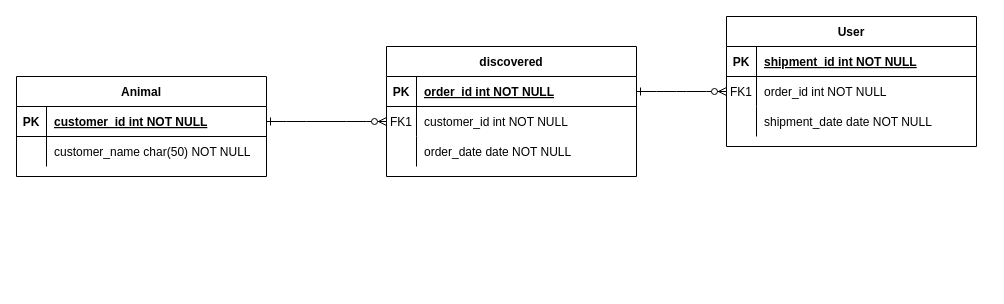
Above: modeling/tierdexERM.drawio in JJJS777/moco2022SammoudSchurawlevSchiller (draw.io), before the change. Source tidied: cells renumbered, new cells numbered last; positions are measured from the earlier drawing's top-left corner, leaving out a move shared by most shapes. Both pictures are drawn from the tidied source at 100%, with x=0, y=0 at pixel (16, 16).
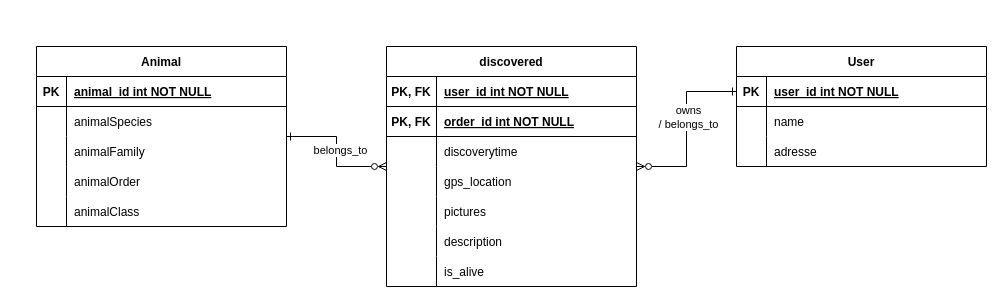
The same diagram, later.

The change refers to these unchanged cells:
```xml
<mxCell id="5" style="shape=partialRectangle;fillColor=none;points=[[0,0.5],[1,0.5]];portConstraint=eastwest;top=0;left=0;right=0;bottom=1;" parent="4" vertex="1">
  <mxGeometry y="30" width="250" height="30" as="geometry" />
</mxCell>
<mxCell id="15" style="shape=partialRectangle;fillColor=none;points=[[0,0.5],[1,0.5]];portConstraint=eastwest;top=0;left=0;right=0;bottom=1;" parent="14" vertex="1">
  <mxGeometry y="30" width="250" height="30" as="geometry" />
</mxCell>
<mxCell id="18" style="shape=partialRectangle;fillColor=none;points=[[0,0.5],[1,0.5]];portConstraint=eastwest;top=0;left=0;right=0;bottom=0;" parent="14" vertex="1">
  <mxGeometry y="60" width="250" height="30" as="geometry" />
</mxCell>
<mxCell id="21" style="shape=partialRectangle;fillColor=none;top=0;left=0;right=0;bottom=0;" parent="14" vertex="1">
  <mxGeometry y="90" width="250" height="30" as="geometry" />
</mxCell>
<mxCell id="25" style="shape=partialRectangle;fillColor=none;points=[[0,0.5],[1,0.5]];portConstraint=eastwest;top=0;left=0;right=0;bottom=1;" parent="24" vertex="1">
  <mxGeometry y="30" width="250" height="30" as="geometry" />
</mxCell>
<mxCell id="28" style="shape=partialRectangle;fillColor=none;top=0;left=0;right=0;bottom=0;" parent="24" vertex="1">
  <mxGeometry y="60" width="250" height="30" as="geometry" />
</mxCell>
```

Diff of the diagram source:
```diff
@@
-    <mxCell id="2" style="edgeStyle=entityRelationEdgeStyle;endArrow=ERzeroToMany;startArrow=ERone;endFill=1;startFill=0;" parent="1" edge="1" source="25" target="8">
-      <mxGeometry relative="1" as="geometry" />
-    </mxCell>
-    <mxCell id="3" style="edgeStyle=entityRelationEdgeStyle;endArrow=ERzeroToMany;startArrow=ERone;endFill=1;startFill=0;" parent="1" edge="1" source="5" target="18">
-      <mxGeometry relative="1" as="geometry" />
-    </mxCell>
     <mxCell id="4" value="discovered" style="shape=table;startSize=30;childLayout=tableLayout;rowLines=0;fontStyle=1;align=center;" parent="1" vertex="1">
-      <mxGeometry x="370" y="30" width="250" height="130" as="geometry" />
+      <mxGeometry x="370" y="30" width="250" height="240" as="geometry" />
     </mxCell>
@@
-    <mxCell id="6" value="PK" style="shape=partialRectangle;overflow=hidden;fillColor=none;top=0;left=0;bottom=0;right=0;fontStyle=1;" parent="5" vertex="1">
-      <mxGeometry width="30" height="30" as="geometry" />
+    <mxCell id="6" value="PK, FK" style="shape=partialRectangle;overflow=hidden;fillColor=none;top=0;left=0;bottom=0;right=0;fontStyle=1;" parent="5" vertex="1">
+      <mxGeometry width="50" height="30" as="geometry" />
     </mxCell>
-    <mxCell id="7" value="order_id int NOT NULL " style="shape=partialRectangle;overflow=hidden;fillColor=none;top=0;left=0;bottom=0;right=0;align=left;spacingLeft=6;fontStyle=5;" parent="5" vertex="1">
-      <mxGeometry x="30" width="220" height="30" as="geometry" />
+    <mxCell id="7" value="user_id int NOT NULL " style="shape=partialRectangle;overflow=hidden;fillColor=none;top=0;left=0;bottom=0;right=0;align=left;spacingLeft=6;fontStyle=5;" parent="5" vertex="1">
+      <mxGeometry x="50" width="200" height="30" as="geometry" />
     </mxCell>
+    <mxCell id="31" style="shape=partialRectangle;fillColor=none;top=0;left=0;right=0;bottom=1;" parent="4" vertex="1">
+      <mxGeometry y="60" width="250" height="30" as="geometry" />
+    </mxCell>
+    <mxCell id="32" value="PK, FK" style="shape=partialRectangle;overflow=hidden;fillColor=none;top=0;left=0;bottom=0;right=0;fontStyle=1;" parent="31" vertex="1">
+      <mxGeometry width="50" height="30" as="geometry" />
+    </mxCell>
+    <mxCell id="33" value="order_id int NOT NULL " style="shape=partialRectangle;overflow=hidden;fillColor=none;top=0;left=0;bottom=0;right=0;align=left;spacingLeft=6;fontStyle=5;" parent="31" vertex="1">
+      <mxGeometry x="50" width="200" height="30" as="geometry" />
+    </mxCell>
     <mxCell id="8" style="shape=partialRectangle;fillColor=none;points=[[0,0.5],[1,0.5]];portConstraint=eastwest;top=0;left=0;right=0;bottom=0;" parent="4" vertex="1">
-      <mxGeometry y="60" width="250" height="30" as="geometry" />
+      <mxGeometry y="90" width="250" height="30" as="geometry" />
     </mxCell>
-    <mxCell id="9" value="FK1" style="shape=partialRectangle;overflow=hidden;fillColor=none;top=0;left=0;bottom=0;right=0;" parent="8" vertex="1">
-      <mxGeometry width="30" height="30" as="geometry" />
+    <mxCell id="9" style="shape=partialRectangle;overflow=hidden;fillColor=none;top=0;left=0;bottom=0;right=0;" parent="8" vertex="1">
+      <mxGeometry width="50" height="30" as="geometry" />
     </mxCell>
-    <mxCell id="10" value="customer_id int NOT NULL" style="shape=partialRectangle;overflow=hidden;fillColor=none;top=0;left=0;bottom=0;right=0;align=left;spacingLeft=6;" parent="8" vertex="1">
-      <mxGeometry x="30" width="220" height="30" as="geometry" />
+    <mxCell id="10" value="discoverytime" style="shape=partialRectangle;overflow=hidden;fillColor=none;top=0;left=0;bottom=0;right=0;align=left;spacingLeft=6;" parent="8" vertex="1">
+      <mxGeometry x="50" width="200" height="30" as="geometry" />
     </mxCell>
     <mxCell id="11" style="shape=partialRectangle;fillColor=none;top=0;left=0;right=0;bottom=0;" parent="4" vertex="1">
-      <mxGeometry y="90" width="250" height="30" as="geometry" />
+      <mxGeometry y="120" width="250" height="30" as="geometry" />
     </mxCell>
     <mxCell id="12" style="shape=partialRectangle;overflow=hidden;fillColor=none;top=0;left=0;bottom=0;right=0;" parent="11" vertex="1">
-      <mxGeometry width="30" height="30" as="geometry" />
+      <mxGeometry width="50" height="30" as="geometry" />
     </mxCell>
-    <mxCell id="13" value="order_date date NOT NULL" style="shape=partialRectangle;overflow=hidden;fillColor=none;top=0;left=0;bottom=0;right=0;align=left;spacingLeft=6;" parent="11" vertex="1">
-      <mxGeometry x="30" width="220" height="30" as="geometry" />
+    <mxCell id="13" value="gps_location" style="shape=partialRectangle;overflow=hidden;fillColor=none;top=0;left=0;bottom=0;right=0;align=left;spacingLeft=6;" parent="11" vertex="1">
+      <mxGeometry x="50" width="200" height="30" as="geometry" />
     </mxCell>
+    <mxCell id="34" style="shape=partialRectangle;fillColor=none;top=0;left=0;right=0;bottom=0;" parent="4" vertex="1">
+      <mxGeometry y="150" width="250" height="30" as="geometry" />
+    </mxCell>
+    <mxCell id="35" style="shape=partialRectangle;overflow=hidden;fillColor=none;top=0;left=0;bottom=0;right=0;" parent="34" vertex="1">
+      <mxGeometry width="50" height="30" as="geometry" />
+    </mxCell>
+    <mxCell id="36" value="pictures" style="shape=partialRectangle;overflow=hidden;fillColor=none;top=0;left=0;bottom=0;right=0;align=left;spacingLeft=6;" parent="34" vertex="1">
+      <mxGeometry x="50" width="200" height="30" as="geometry" />
+    </mxCell>
+    <mxCell id="37" style="shape=partialRectangle;fillColor=none;top=0;left=0;right=0;bottom=0;" parent="4" vertex="1">
+      <mxGeometry y="180" width="250" height="30" as="geometry" />
+    </mxCell>
+    <mxCell id="38" style="shape=partialRectangle;overflow=hidden;fillColor=none;top=0;left=0;bottom=0;right=0;" parent="37" vertex="1">
+      <mxGeometry width="50" height="30" as="geometry" />
+    </mxCell>
+    <mxCell id="39" value="description" style="shape=partialRectangle;overflow=hidden;fillColor=none;top=0;left=0;bottom=0;right=0;align=left;spacingLeft=6;" parent="37" vertex="1">
+      <mxGeometry x="50" width="200" height="30" as="geometry" />
+    </mxCell>
+    <mxCell id="40" style="shape=partialRectangle;fillColor=none;top=0;left=0;right=0;bottom=0;" parent="4" vertex="1">
+      <mxGeometry y="210" width="250" height="30" as="geometry" />
+    </mxCell>
+    <mxCell id="41" style="shape=partialRectangle;overflow=hidden;fillColor=none;top=0;left=0;bottom=0;right=0;" parent="40" vertex="1">
+      <mxGeometry width="50" height="30" as="geometry" />
+    </mxCell>
+    <mxCell id="42" value="is_alive" style="shape=partialRectangle;overflow=hidden;fillColor=none;top=0;left=0;bottom=0;right=0;align=left;spacingLeft=6;" parent="40" vertex="1">
+      <mxGeometry x="50" width="200" height="30" as="geometry" />
+    </mxCell>
     <mxCell id="14" value="User" style="shape=table;startSize=30;childLayout=tableLayout;rowLines=0;fontStyle=1;align=center;" parent="1" vertex="1">
-      <mxGeometry x="710" width="250" height="130" as="geometry" />
+      <mxGeometry x="720" y="30" width="250" height="120" as="geometry" />
     </mxCell>
@@
-    <mxCell id="17" value="shipment_id int NOT NULL " style="shape=partialRectangle;overflow=hidden;fillColor=none;top=0;left=0;bottom=0;right=0;align=left;spacingLeft=6;fontStyle=5;" parent="15" vertex="1">
+    <mxCell id="17" value="user_id int NOT NULL " style="shape=partialRectangle;overflow=hidden;fillColor=none;top=0;left=0;bottom=0;right=0;align=left;spacingLeft=6;fontStyle=5;" parent="15" vertex="1">
       <mxGeometry x="30" width="220" height="30" as="geometry" />
     </mxCell>
@@
-    <mxCell id="19" value="FK1" style="shape=partialRectangle;overflow=hidden;fillColor=none;top=0;left=0;bottom=0;right=0;" parent="18" vertex="1">
+    <mxCell id="19" style="shape=partialRectangle;overflow=hidden;fillColor=none;top=0;left=0;bottom=0;right=0;" parent="18" vertex="1">
       <mxGeometry width="30" height="30" as="geometry" />
     </mxCell>
-    <mxCell id="20" value="order_id int NOT NULL" style="shape=partialRectangle;overflow=hidden;fillColor=none;top=0;left=0;bottom=0;right=0;align=left;spacingLeft=6;" parent="18" vertex="1">
+    <mxCell id="20" value="name" style="shape=partialRectangle;overflow=hidden;fillColor=none;top=0;left=0;bottom=0;right=0;align=left;spacingLeft=6;" parent="18" vertex="1">
       <mxGeometry x="30" width="220" height="30" as="geometry" />
     </mxCell>
@@
-    <mxCell id="23" value="shipment_date date NOT NULL" style="shape=partialRectangle;overflow=hidden;fillColor=none;top=0;left=0;bottom=0;right=0;align=left;spacingLeft=6;" parent="21" vertex="1">
+    <mxCell id="23" value="adresse" style="shape=partialRectangle;overflow=hidden;fillColor=none;top=0;left=0;bottom=0;right=0;align=left;spacingLeft=6;" parent="21" vertex="1">
       <mxGeometry x="30" width="220" height="30" as="geometry" />
     </mxCell>
+    <mxCell id="43" style="edgeStyle=orthogonalEdgeStyle;rounded=0;jettySize=auto;html=1;startArrow=ERone;startFill=0;endArrow=ERzeroToMany;endFill=0;" parent="1" edge="1" source="24" target="4">
+      <mxGeometry relative="1" as="geometry" />
+    </mxCell>
+    <mxCell id="44" value="&lt;div&gt;belongs_to&lt;br&gt;&lt;/div&gt;" style="edgeLabel;html=1;align=center;verticalAlign=middle;" parent="43" vertex="1">
+      <mxGeometry x="-0.03" y="3" relative="1" as="geometry" />
+    </mxCell>
     <mxCell id="24" value="Animal" style="shape=table;startSize=30;childLayout=tableLayout;rowLines=0;fontStyle=1;align=center;" parent="1" vertex="1">
-      <mxGeometry y="60" width="250" height="100" as="geometry" />
+      <mxGeometry x="20" y="30" width="250" height="180" as="geometry" />
     </mxCell>
@@
-    <mxCell id="27" value="customer_id int NOT NULL " style="shape=partialRectangle;overflow=hidden;fillColor=none;top=0;left=0;bottom=0;right=0;align=left;spacingLeft=6;fontStyle=5;" parent="25" vertex="1">
+    <mxCell id="27" value="animal_id int NOT NULL " style="shape=partialRectangle;overflow=hidden;fillColor=none;top=0;left=0;bottom=0;right=0;align=left;spacingLeft=6;fontStyle=5;" parent="25" vertex="1">
       <mxGeometry x="30" width="220" height="30" as="geometry" />
     </mxCell>
@@
-    <mxCell id="30" value="customer_name char(50) NOT NULL" style="shape=partialRectangle;overflow=hidden;fillColor=none;top=0;left=0;bottom=0;right=0;align=left;spacingLeft=6;" parent="28" vertex="1">
+    <mxCell id="30" value="animalSpecies" style="shape=partialRectangle;overflow=hidden;fillColor=none;top=0;left=0;bottom=0;right=0;align=left;spacingLeft=6;" parent="28" vertex="1">
       <mxGeometry x="30" width="220" height="30" as="geometry" />
     </mxCell>
+    <mxCell id="45" style="shape=partialRectangle;fillColor=none;top=0;left=0;right=0;bottom=0;" parent="24" vertex="1">
+      <mxGeometry y="90" width="250" height="30" as="geometry" />
+    </mxCell>
+    <mxCell id="46" style="shape=partialRectangle;overflow=hidden;fillColor=none;top=0;left=0;bottom=0;right=0;" parent="45" vertex="1">
+      <mxGeometry width="30" height="30" as="geometry" />
+    </mxCell>
+    <mxCell id="47" value="animalFamily" style="shape=partialRectangle;overflow=hidden;fillColor=none;top=0;left=0;bottom=0;right=0;align=left;spacingLeft=6;" parent="45" vertex="1">
+      <mxGeometry x="30" width="220" height="30" as="geometry" />
+    </mxCell>
+    <mxCell id="48" style="shape=partialRectangle;fillColor=none;top=0;left=0;right=0;bottom=0;" parent="24" vertex="1">
+      <mxGeometry y="120" width="250" height="30" as="geometry" />
+    </mxCell>
+    <mxCell id="49" style="shape=partialRectangle;overflow=hidden;fillColor=none;top=0;left=0;bottom=0;right=0;" parent="48" vertex="1">
+      <mxGeometry width="30" height="30" as="geometry" />
+    </mxCell>
+    <mxCell id="50" value="animalOrder" style="shape=partialRectangle;overflow=hidden;fillColor=none;top=0;left=0;bottom=0;right=0;align=left;spacingLeft=6;" parent="48" vertex="1">
+      <mxGeometry x="30" width="220" height="30" as="geometry" />
+    </mxCell>
+    <mxCell id="51" style="shape=partialRectangle;fillColor=none;top=0;left=0;right=0;bottom=0;" parent="24" vertex="1">
+      <mxGeometry y="150" width="250" height="30" as="geometry" />
+    </mxCell>
+    <mxCell id="52" style="shape=partialRectangle;overflow=hidden;fillColor=none;top=0;left=0;bottom=0;right=0;" parent="51" vertex="1">
+      <mxGeometry width="30" height="30" as="geometry" />
+    </mxCell>
+    <mxCell id="53" value="animalClass" style="shape=partialRectangle;overflow=hidden;fillColor=none;top=0;left=0;bottom=0;right=0;align=left;spacingLeft=6;" parent="51" vertex="1">
+      <mxGeometry x="30" width="220" height="30" as="geometry" />
+    </mxCell>
+    <mxCell id="54" style="edgeStyle=orthogonalEdgeStyle;rounded=0;jettySize=auto;html=1;startArrow=ERone;startFill=0;endArrow=ERzeroToMany;endFill=0;" parent="1" edge="1" source="15" target="4">
+      <mxGeometry relative="1" as="geometry" />
+    </mxCell>
+    <mxCell id="55" value="owns&lt;br&gt;/ belongs_to" style="edgeLabel;html=1;align=center;verticalAlign=middle;" parent="54" vertex="1">
+      <mxGeometry x="-0.14" y="1" relative="1" as="geometry" />
+    </mxCell>
```
